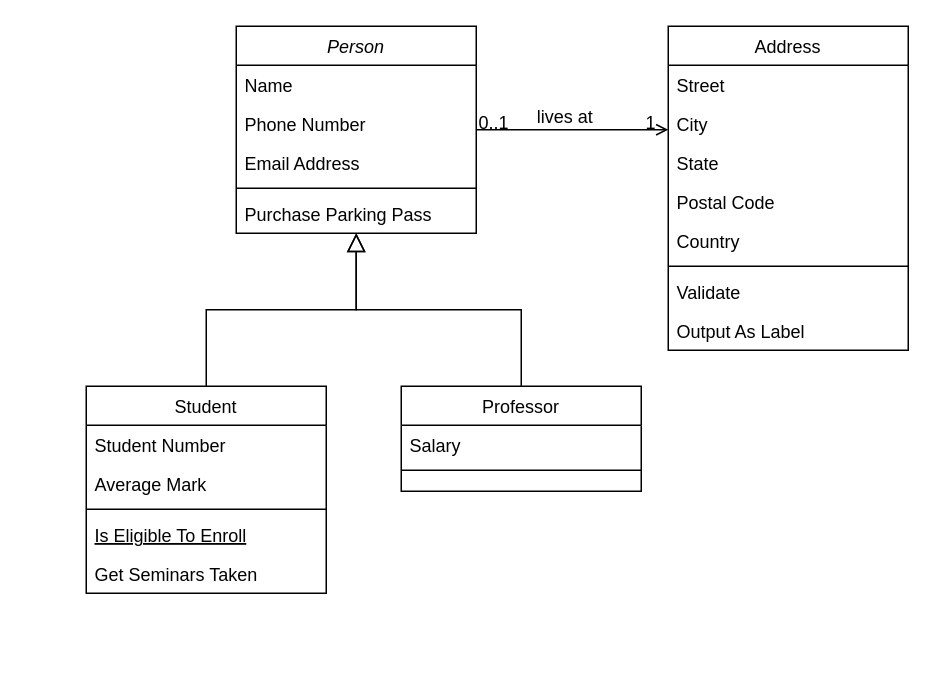
Above: Diagramme sans nom.drawio in olisld/documentation_base_de_donn-e- (draw.io), before the change. Source tidied: cells renumbered, new cells numbered last; positions are measured from the earlier drawing's top-left corner, leaving out a move shared by most shapes. Both pictures are drawn from the tidied source at 150%, with x=0, y=0 at pixel (86, 26).
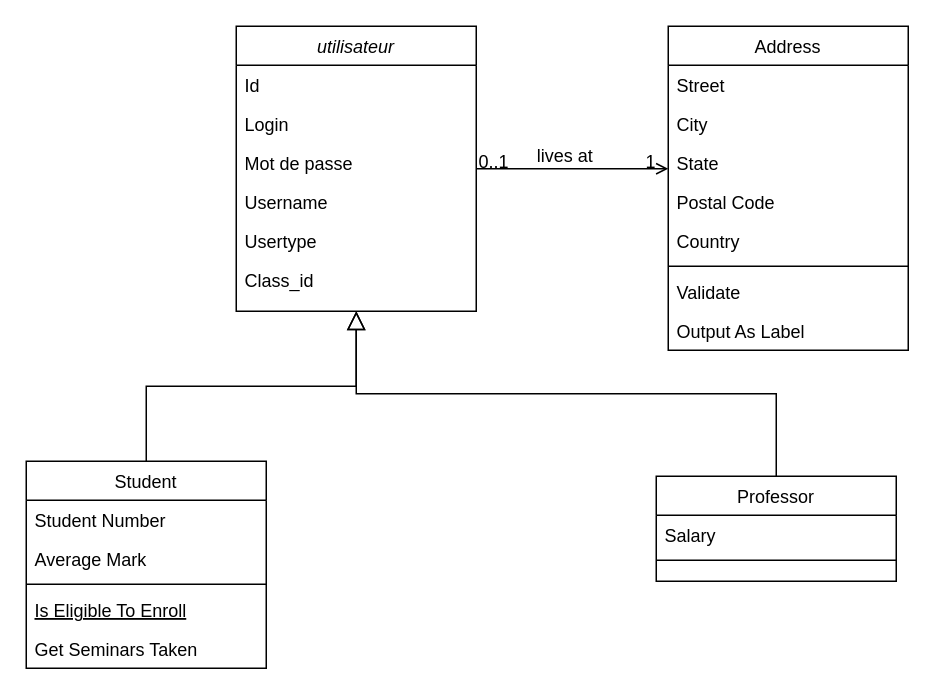
After the change.

What changed in the source:
```diff
@@
-    <mxCell id="2" value="Person" style="swimlane;fontStyle=2;align=center;verticalAlign=top;horizontal=1;startSize=26;rounded=0;shadow=0;strokeWidth=1;" parent="1" vertex="1">
-      <mxGeometry x="100" width="160" height="138" as="geometry" />
+    <mxCell id="2" value="utilisateur" style="swimlane;fontStyle=2;align=center;verticalAlign=top;horizontal=1;startSize=26;rounded=0;shadow=0;strokeWidth=1;" parent="1" vertex="1">
+      <mxGeometry x="100" width="160" height="190" as="geometry" />
     </mxCell>
-    <mxCell id="3" value="Name" style="text;align=left;verticalAlign=top;spacingLeft=4;spacingRight=4;overflow=hidden;" parent="2" vertex="1">
+    <mxCell id="3" value="Id" style="text;align=left;verticalAlign=top;spacingLeft=4;spacingRight=4;overflow=hidden;" parent="2" vertex="1">
       <mxGeometry y="26" width="160" height="26" as="geometry" />
     </mxCell>
-    <mxCell id="4" value="Phone Number" style="text;align=left;verticalAlign=top;spacingLeft=4;spacingRight=4;overflow=hidden;rounded=0;shadow=0;html=0;" parent="2" vertex="1">
+    <mxCell id="4" value="Login" style="text;align=left;verticalAlign=top;spacingLeft=4;spacingRight=4;overflow=hidden;rounded=0;shadow=0;html=0;" parent="2" vertex="1">
       <mxGeometry y="52" width="160" height="26" as="geometry" />
     </mxCell>
-    <mxCell id="5" value="Email Address" style="text;align=left;verticalAlign=top;spacingLeft=4;spacingRight=4;overflow=hidden;rounded=0;shadow=0;html=0;" parent="2" vertex="1">
+    <mxCell id="5" value="Mot de passe&#10;" style="text;align=left;verticalAlign=top;spacingLeft=4;spacingRight=4;overflow=hidden;rounded=0;shadow=0;html=0;" parent="2" vertex="1">
       <mxGeometry y="78" width="160" height="26" as="geometry" />
     </mxCell>
-    <mxCell id="6" style="line;html=1;strokeWidth=1;align=left;verticalAlign=middle;spacingTop=-1;spacingLeft=3;spacingRight=3;labelPosition=right;" parent="2" vertex="1">
-      <mxGeometry y="104" width="160" height="8" as="geometry" />
-    </mxCell>
-    <mxCell id="7" value="Purchase Parking Pass" style="text;align=left;verticalAlign=top;spacingLeft=4;spacingRight=4;overflow=hidden;" parent="2" vertex="1">
-      <mxGeometry y="112" width="160" height="26" as="geometry" />
-    </mxCell>
+    <mxCell id="32" value="Username" style="text;align=left;verticalAlign=top;spacingLeft=4;spacingRight=4;overflow=hidden;rounded=0;shadow=0;html=0;" parent="2" vertex="1">
+      <mxGeometry y="104" width="160" height="26" as="geometry" />
+    </mxCell>
+    <mxCell id="33" value="Usertype" style="text;align=left;verticalAlign=top;spacingLeft=4;spacingRight=4;overflow=hidden;rounded=0;shadow=0;html=0;" parent="2" vertex="1">
+      <mxGeometry y="130" width="160" height="26" as="geometry" />
+    </mxCell>
+    <mxCell id="34" value="Class_id" style="text;align=left;verticalAlign=top;spacingLeft=4;spacingRight=4;overflow=hidden;rounded=0;shadow=0;html=0;" parent="2" vertex="1">
+      <mxGeometry y="156" width="160" height="26" as="geometry" />
+    </mxCell>
     <mxCell id="8" value="Student" style="swimlane;fontStyle=0;align=center;verticalAlign=top;horizontal=1;startSize=26;rounded=0;shadow=0;strokeWidth=1;" parent="1" vertex="1">
-      <mxGeometry y="240" width="160" height="138" as="geometry" />
+      <mxGeometry x="-40" y="290" width="160" height="138" as="geometry" />
     </mxCell>
@@
     <mxCell id="15" value="Professor" style="swimlane;fontStyle=0;align=center;verticalAlign=top;horizontal=1;startSize=26;rounded=0;shadow=0;strokeWidth=1;" parent="1" vertex="1">
-      <mxGeometry x="210" y="240" width="160" height="70" as="geometry" />
+      <mxGeometry x="380" y="300" width="160" height="70" as="geometry" />
     </mxCell>
@@
-    <mxCell id="18" style="endArrow=block;endSize=10;endFill=0;shadow=0;strokeWidth=1;rounded=0;curved=0;edgeStyle=elbowEdgeStyle;elbow=vertical;" parent="1" edge="1" source="15" target="2">
-      <mxGeometry relative="1" as="geometry" />
+    <mxCell id="18" style="endArrow=block;endSize=10;endFill=0;shadow=0;strokeWidth=1;rounded=0;curved=0;edgeStyle=elbowEdgeStyle;elbow=vertical;" parent="1" edge="1" source="15">
+      <mxGeometry relative="1" as="geometry">
+        <mxPoint x="180" y="190" as="targetPoint" />
+      </mxGeometry>
     </mxCell>
```
